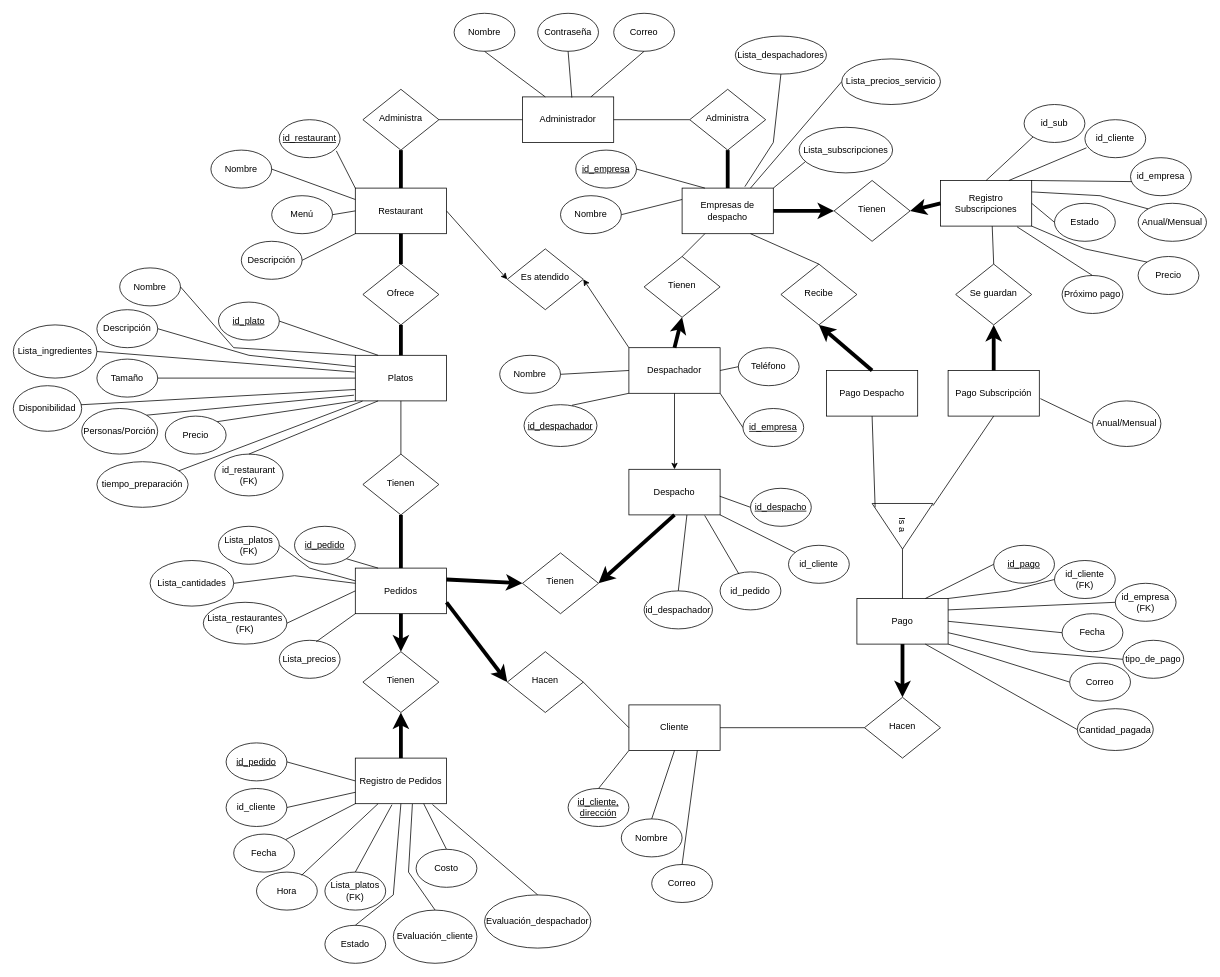
This is Diagrama E/R BDD.drawio from jialonsoc/Proograma1, a draw.io file, before an edit. Source tidied: cells renumbered, new cells numbered last; positions are measured from the earlier drawing's top-left corner, leaving out a move shared by most shapes. Both pictures are drawn from the tidied source at 76%, with x=0, y=0 at pixel (13, 13).
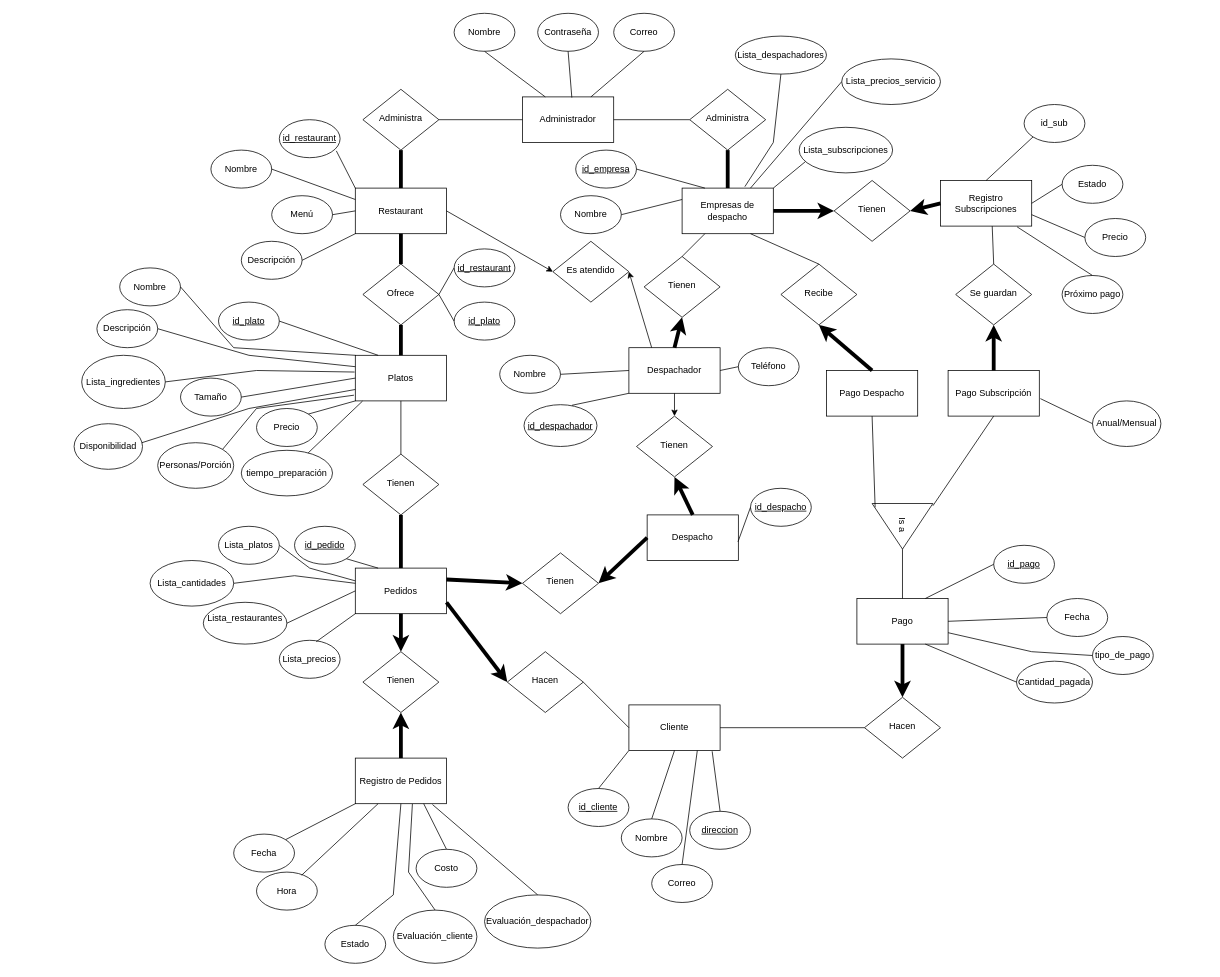
After the change.

The change refers to these unchanged cells:
```xml
<mxCell id="3" value="Ofrece" style="rhombus;whiteSpace=wrap;html=1;shadow=0;fontFamily=Helvetica;fontSize=12;align=center;strokeWidth=1;spacing=6;spacingTop=-4;" parent="1" vertex="1">
  <mxGeometry x="460" y="330" width="100" height="80" as="geometry" />
</mxCell>
<mxCell id="11" value="Platos" style="rounded=0;whiteSpace=wrap;html=1;" parent="1" vertex="1">
  <mxGeometry x="450" y="450" width="120" height="60" as="geometry" />
</mxCell>
<mxCell id="14" value="Registro de Pedidos" style="rounded=0;whiteSpace=wrap;html=1;" parent="1" vertex="1">
  <mxGeometry x="450" y="980" width="120" height="60" as="geometry" />
</mxCell>
<mxCell id="15" value="Despachador" style="rounded=0;whiteSpace=wrap;html=1;" parent="1" vertex="1">
  <mxGeometry x="810" y="440" width="120" height="60" as="geometry" />
</mxCell>
<mxCell id="16" value="Cliente" style="rounded=0;whiteSpace=wrap;html=1;" parent="1" vertex="1">
  <mxGeometry x="810" y="910" width="120" height="60" as="geometry" />
</mxCell>
<mxCell id="19" value="Tienen" style="rhombus;whiteSpace=wrap;html=1;shadow=0;fontFamily=Helvetica;fontSize=12;align=center;strokeWidth=1;spacing=6;spacingTop=-4;" parent="1" vertex="1">
  <mxGeometry x="670" y="710" width="100" height="80" as="geometry" />
</mxCell>
<mxCell id="23" value="Pago" style="rounded=0;whiteSpace=wrap;html=1;" parent="1" vertex="1">
  <mxGeometry x="1110" y="770" width="120" height="60" as="geometry" />
</mxCell>
<mxCell id="27" value="Registro Subscripciones" style="rounded=0;whiteSpace=wrap;html=1;" parent="1" vertex="1">
  <mxGeometry x="1220" y="220" width="120" height="60" as="geometry" />
</mxCell>
<mxCell id="69" value="Correo" style="ellipse;whiteSpace=wrap;html=1;" parent="1" vertex="1">
  <mxGeometry x="840" y="1120" width="80" height="50" as="geometry" />
</mxCell>
```

Change to the diagram source:
```diff
@@
     <mxCell id="18" value="Despacho" style="rounded=0;whiteSpace=wrap;html=1;" parent="1" vertex="1">
-      <mxGeometry x="810" y="600" width="120" height="60" as="geometry" />
+      <mxGeometry x="834" y="660" width="120" height="60" as="geometry" />
     </mxCell>
@@
-    <mxCell id="42" style="endArrow=classic;html=1;rounded=0;exitX=0.5;exitY=1;exitDx=0;exitDy=0;entryX=1;entryY=0.5;entryDx=0;entryDy=0;strokeWidth=5;" parent="1" edge="1" source="18" target="19">
+    <mxCell id="42" style="endArrow=classic;html=1;rounded=0;exitX=0;exitY=0.5;exitDx=0;exitDy=0;entryX=1;entryY=0.5;entryDx=0;entryDy=0;strokeWidth=5;" parent="1" edge="1" source="18" target="19">
       <mxGeometry relative="1" as="geometry" />
     </mxCell>
@@
     <mxCell id="44" value="Es atendido" style="rhombus;whiteSpace=wrap;html=1;shadow=0;fontFamily=Helvetica;fontSize=12;align=center;strokeWidth=1;spacing=6;spacingTop=-4;" parent="1" vertex="1">
-      <mxGeometry x="650" y="310" width="100" height="80" as="geometry" />
+      <mxGeometry x="710" y="300" width="100" height="80" as="geometry" />
     </mxCell>
@@
-    <mxCell id="58" style="endArrow=classic;html=1;rounded=0;entryX=0.5;entryY=0;entryDx=0;entryDy=0;exitX=0.5;exitY=1;exitDx=0;exitDy=0;" parent="1" edge="1" source="15" target="18">
+    <mxCell id="58" style="endArrow=classic;html=1;rounded=0;exitX=0.5;exitY=1;exitDx=0;exitDy=0;entryX=0.5;entryY=0;entryDx=0;entryDy=0;" parent="1" edge="1" source="15" target="183">
       <mxGeometry relative="1" as="geometry" />
     </mxCell>
-    <mxCell id="59" style="endArrow=classic;html=1;rounded=0;entryX=1;entryY=0.5;entryDx=0;entryDy=0;exitX=0;exitY=0;exitDx=0;exitDy=0;" parent="1" edge="1" source="15" target="44">
+    <mxCell id="59" style="endArrow=classic;html=1;rounded=0;entryX=1;entryY=0.5;entryDx=0;entryDy=0;exitX=0.25;exitY=0;exitDx=0;exitDy=0;" parent="1" edge="1" source="15" target="44">
       <mxGeometry relative="1" as="geometry" />
     </mxCell>
@@
-    <mxCell id="67" value="&lt;u&gt;id_cliente, dirección&lt;/u&gt;" style="ellipse;whiteSpace=wrap;html=1;" parent="1" vertex="1">
+    <mxCell id="67" value="&lt;u&gt;id_cliente&lt;/u&gt;" style="ellipse;whiteSpace=wrap;html=1;" parent="1" vertex="1">
       <mxGeometry x="730" y="1020" width="80" height="50" as="geometry" />
     </mxCell>
@@
     <mxCell id="76" value="Tamaño" style="ellipse;whiteSpace=wrap;html=1;" parent="1" vertex="1">
-      <mxGeometry x="110" y="455" width="80" height="50" as="geometry" />
+      <mxGeometry x="220" y="480" width="80" height="50" as="geometry" />
     </mxCell>
     <mxCell id="77" value="Disponibilidad" style="ellipse;whiteSpace=wrap;html=1;" parent="1" vertex="1">
-      <mxGeometry y="490" width="90" height="60" as="geometry" />
+      <mxGeometry x="80" y="540" width="90" height="60" as="geometry" />
     </mxCell>
     <mxCell id="78" value="Personas/Porción" style="ellipse;whiteSpace=wrap;html=1;" parent="1" vertex="1">
-      <mxGeometry x="90" y="520" width="100" height="60" as="geometry" />
+      <mxGeometry x="190" y="565" width="100" height="60" as="geometry" />
     </mxCell>
     <mxCell id="79" value="Lista_ingredientes" style="ellipse;whiteSpace=wrap;html=1;" parent="1" vertex="1">
-      <mxGeometry y="410" width="110" height="70" as="geometry" />
+      <mxGeometry x="90" y="450" width="110" height="70" as="geometry" />
     </mxCell>
     <mxCell id="80" value="Precio" style="ellipse;whiteSpace=wrap;html=1;" parent="1" vertex="1">
-      <mxGeometry x="200" y="530" width="80" height="50" as="geometry" />
+      <mxGeometry x="320" y="520" width="80" height="50" as="geometry" />
     </mxCell>
@@
     <mxCell id="85" style="endArrow=none;html=1;rounded=0;exitX=1;exitY=0.5;exitDx=0;exitDy=0;entryX=-0.008;entryY=0.367;entryDx=0;entryDy=0;entryPerimeter=0;" parent="1" edge="1" source="79" target="11">
-      <mxGeometry relative="1" as="geometry" />
+      <mxGeometry relative="1" as="geometry">
+        <Array as="points">
+          <mxPoint x="320" y="470" />
+        </Array>
+      </mxGeometry>
     </mxCell>
@@
     <mxCell id="87" style="endArrow=none;html=1;rounded=0;entryX=0;entryY=0.75;entryDx=0;entryDy=0;exitX=0.989;exitY=0.418;exitDx=0;exitDy=0;exitPerimeter=0;" parent="1" edge="1" source="77" target="11">
-      <mxGeometry relative="1" as="geometry" />
+      <mxGeometry relative="1" as="geometry">
+        <Array as="points">
+          <mxPoint x="310" y="520" />
+        </Array>
+      </mxGeometry>
     </mxCell>
     <mxCell id="88" style="endArrow=none;html=1;rounded=0;entryX=-0.015;entryY=0.875;entryDx=0;entryDy=0;entryPerimeter=0;exitX=1;exitY=0;exitDx=0;exitDy=0;" parent="1" edge="1" source="78" target="11">
-      <mxGeometry relative="1" as="geometry" />
+      <mxGeometry relative="1" as="geometry">
+        <Array as="points">
+          <mxPoint x="320" y="520" />
+        </Array>
+      </mxGeometry>
     </mxCell>
     <mxCell id="89" value="tiempo_preparación" style="ellipse;whiteSpace=wrap;html=1;" parent="1" vertex="1">
-      <mxGeometry x="110" y="590" width="120" height="60" as="geometry" />
+      <mxGeometry x="300" y="575" width="120" height="60" as="geometry" />
     </mxCell>
@@
-    <mxCell id="91" value="id_restaurant&lt;br&gt;(FK)" style="ellipse;whiteSpace=wrap;html=1;" parent="1" vertex="1">
-      <mxGeometry x="265" y="580" width="90" height="55" as="geometry" />
-    </mxCell>
-    <mxCell id="92" style="endArrow=none;html=1;rounded=0;exitX=0.5;exitY=0;exitDx=0;exitDy=0;entryX=0.25;entryY=1;entryDx=0;entryDy=0;" parent="1" edge="1" source="91" target="11">
-      <mxGeometry relative="1" as="geometry" />
-    </mxCell>
@@
-    <mxCell id="94" value="Lista_platos&lt;br&gt;(FK)" style="ellipse;whiteSpace=wrap;html=1;" parent="1" vertex="1">
+    <mxCell id="94" value="Lista_platos" style="ellipse;whiteSpace=wrap;html=1;" parent="1" vertex="1">
       <mxGeometry x="270" y="675" width="80" height="50" as="geometry" />
     </mxCell>
-    <mxCell id="95" value="Lista_restaurantes&lt;br&gt;(FK)" style="ellipse;whiteSpace=wrap;html=1;" parent="1" vertex="1">
+    <mxCell id="95" value="Lista_restaurantes&lt;div&gt;&lt;br/&gt;&lt;/div&gt;" style="ellipse;whiteSpace=wrap;html=1;" parent="1" vertex="1">
       <mxGeometry x="250" y="775" width="110" height="55" as="geometry" />
     </mxCell>
@@
-    <mxCell id="97" value="&lt;u&gt;id_pedido&lt;/u&gt;" style="ellipse;whiteSpace=wrap;html=1;" parent="1" vertex="1">
-      <mxGeometry x="280" y="960" width="80" height="50" as="geometry" />
-    </mxCell>
@@
-    <mxCell id="104" style="endArrow=none;html=1;rounded=0;entryX=1;entryY=0.5;entryDx=0;entryDy=0;exitX=0;exitY=0.5;exitDx=0;exitDy=0;" parent="1" edge="1" source="14" target="97">
-      <mxGeometry relative="1" as="geometry" />
-    </mxCell>
-    <mxCell id="105" value="id_cliente" style="ellipse;whiteSpace=wrap;html=1;" parent="1" vertex="1">
-      <mxGeometry x="280" y="1020" width="80" height="50" as="geometry" />
-    </mxCell>
-    <mxCell id="106" style="endArrow=none;html=1;rounded=0;entryX=0;entryY=0.75;entryDx=0;entryDy=0;exitX=1;exitY=0.5;exitDx=0;exitDy=0;" parent="1" edge="1" source="105" target="14">
-      <mxGeometry relative="1" as="geometry" />
-    </mxCell>
@@
-    <mxCell id="111" value="Lista_platos&lt;br&gt;(FK)" style="ellipse;whiteSpace=wrap;html=1;" parent="1" vertex="1">
-      <mxGeometry x="410" y="1130" width="80" height="50" as="geometry" />
-    </mxCell>
-    <mxCell id="112" style="endArrow=none;html=1;rounded=0;entryX=0.402;entryY=1.022;entryDx=0;entryDy=0;entryPerimeter=0;exitX=0.5;exitY=0;exitDx=0;exitDy=0;" parent="1" edge="1" source="111" target="14">
-      <mxGeometry relative="1" as="geometry" />
-    </mxCell>
@@
-    <mxCell id="123" value="id_cliente&lt;br&gt;(FK)" style="ellipse;whiteSpace=wrap;html=1;" parent="1" vertex="1">
-      <mxGeometry x="1370" y="720" width="80" height="50" as="geometry" />
-    </mxCell>
-    <mxCell id="124" style="endArrow=none;html=1;rounded=0;entryX=0;entryY=0.5;entryDx=0;entryDy=0;exitX=1;exitY=0;exitDx=0;exitDy=0;" parent="1" edge="1" source="23" target="123">
-      <mxGeometry relative="1" as="geometry">
-        <Array as="points">
-          <mxPoint x="1310" y="760" />
-        </Array>
-      </mxGeometry>
-    </mxCell>
-    <mxCell id="125" value="id_empresa&lt;br&gt;(FK)" style="ellipse;whiteSpace=wrap;html=1;" parent="1" vertex="1">
-      <mxGeometry x="1450" y="750" width="80" height="50" as="geometry" />
-    </mxCell>
-    <mxCell id="126" style="endArrow=none;html=1;rounded=0;entryX=0;entryY=0.5;entryDx=0;entryDy=0;exitX=1;exitY=0.25;exitDx=0;exitDy=0;" parent="1" edge="1" source="23" target="125">
-      <mxGeometry relative="1" as="geometry" />
-    </mxCell>
     <mxCell id="127" value="Fecha" style="ellipse;whiteSpace=wrap;html=1;" parent="1" vertex="1">
-      <mxGeometry x="1380" y="790" width="80" height="50" as="geometry" />
+      <mxGeometry x="1360" y="770" width="80" height="50" as="geometry" />
     </mxCell>
@@
     <mxCell id="129" value="tipo_de_pago" style="ellipse;whiteSpace=wrap;html=1;" parent="1" vertex="1">
-      <mxGeometry x="1460" y="825" width="80" height="50" as="geometry" />
+      <mxGeometry x="1420" y="820" width="80" height="50" as="geometry" />
     </mxCell>
@@
-    <mxCell id="131" value="Correo" style="ellipse;whiteSpace=wrap;html=1;" parent="1" vertex="1">
-      <mxGeometry x="1390" y="855" width="80" height="50" as="geometry" />
-    </mxCell>
-    <mxCell id="132" style="endArrow=none;html=1;rounded=0;entryX=0;entryY=0.5;entryDx=0;entryDy=0;exitX=1;exitY=1;exitDx=0;exitDy=0;" parent="1" edge="1" source="23" target="131">
-      <mxGeometry relative="1" as="geometry" />
-    </mxCell>
     <mxCell id="133" value="Cantidad_pagada" style="ellipse;whiteSpace=wrap;html=1;" parent="1" vertex="1">
-      <mxGeometry x="1400" y="915" width="100" height="55" as="geometry" />
+      <mxGeometry x="1320" y="852.5" width="100" height="55" as="geometry" />
     </mxCell>
@@
-    <mxCell id="139" value="id_cliente" style="ellipse;whiteSpace=wrap;html=1;" parent="1" vertex="1">
-      <mxGeometry x="1410" y="140" width="80" height="50" as="geometry" />
-    </mxCell>
-    <mxCell id="140" value="id_empresa" style="ellipse;whiteSpace=wrap;html=1;" parent="1" vertex="1">
-      <mxGeometry x="1470" y="190" width="80" height="50" as="geometry" />
-    </mxCell>
@@
-    <mxCell id="147" value="Anual/Mensual" style="ellipse;whiteSpace=wrap;html=1;" parent="1" vertex="1">
-      <mxGeometry x="1480" y="250" width="90" height="50" as="geometry" />
-    </mxCell>
     <mxCell id="148" value="Estado" style="ellipse;whiteSpace=wrap;html=1;" parent="1" vertex="1">
-      <mxGeometry x="1370" y="250" width="80" height="50" as="geometry" />
+      <mxGeometry x="1380" y="200" width="80" height="50" as="geometry" />
     </mxCell>
-    <mxCell id="149" style="endArrow=none;html=1;rounded=0;entryX=0.026;entryY=0.74;entryDx=0;entryDy=0;entryPerimeter=0;exitX=0.75;exitY=0;exitDx=0;exitDy=0;" parent="1" edge="1" source="27" target="139">
-      <mxGeometry relative="1" as="geometry" />
-    </mxCell>
-    <mxCell id="150" style="endArrow=none;html=1;rounded=0;entryX=0.02;entryY=0.629;entryDx=0;entryDy=0;entryPerimeter=0;exitX=1;exitY=0;exitDx=0;exitDy=0;" parent="1" edge="1" source="27" target="140">
-      <mxGeometry relative="1" as="geometry" />
-    </mxCell>
     <mxCell id="151" value="Precio" style="ellipse;whiteSpace=wrap;html=1;" parent="1" vertex="1">
-      <mxGeometry x="1480" y="320" width="80" height="50" as="geometry" />
+      <mxGeometry x="1410" y="270" width="80" height="50" as="geometry" />
     </mxCell>
@@
-    <mxCell id="154" style="endArrow=none;html=1;rounded=0;entryX=0;entryY=0;entryDx=0;entryDy=0;exitX=1;exitY=0.25;exitDx=0;exitDy=0;" parent="1" edge="1" source="27" target="147">
-      <mxGeometry relative="1" as="geometry">
-        <Array as="points">
-          <mxPoint x="1430" y="240" />
-        </Array>
-      </mxGeometry>
-    </mxCell>
-    <mxCell id="155" style="endArrow=none;html=1;rounded=0;entryX=1;entryY=1;entryDx=0;entryDy=0;exitX=0;exitY=0;exitDx=0;exitDy=0;" parent="1" edge="1" source="151" target="27">
-      <mxGeometry relative="1" as="geometry">
-        <Array as="points">
-          <mxPoint x="1410" y="310" />
-        </Array>
-      </mxGeometry>
-    </mxCell>
@@
-    <mxCell id="169" value="&lt;u&gt;id_empresa&lt;/u&gt;" style="ellipse;whiteSpace=wrap;html=1;" parent="1" vertex="1">
-      <mxGeometry x="960" y="520" width="80" height="50" as="geometry" />
-    </mxCell>
@@
-    <mxCell id="171" value="id_despachador" style="ellipse;whiteSpace=wrap;html=1;" parent="1" vertex="1">
-      <mxGeometry x="830" y="760" width="90" height="50" as="geometry" />
-    </mxCell>
-    <mxCell id="172" value="id_pedido" style="ellipse;whiteSpace=wrap;html=1;" parent="1" vertex="1">
-      <mxGeometry x="930" y="735" width="80" height="50" as="geometry" />
-    </mxCell>
-    <mxCell id="173" value="id_cliente" style="ellipse;whiteSpace=wrap;html=1;" parent="1" vertex="1">
-      <mxGeometry x="1020" y="700" width="80" height="50" as="geometry" />
-    </mxCell>
@@
-    <mxCell id="178" style="endArrow=none;html=1;rounded=0;entryX=0;entryY=0.5;entryDx=0;entryDy=0;exitX=1;exitY=1;exitDx=0;exitDy=0;" parent="1" edge="1" source="15" target="169">
-      <mxGeometry relative="1" as="geometry" />
-    </mxCell>
-    <mxCell id="179" style="endArrow=none;html=1;rounded=0;entryX=0.636;entryY=1.002;entryDx=0;entryDy=0;entryPerimeter=0;exitX=0.5;exitY=0;exitDx=0;exitDy=0;" parent="1" edge="1" source="171" target="18">
-      <mxGeometry relative="1" as="geometry" />
-    </mxCell>
@@
-    <mxCell id="181" style="endArrow=none;html=1;rounded=0;entryX=0.831;entryY=1.012;entryDx=0;entryDy=0;entryPerimeter=0;exitX=0.31;exitY=0.058;exitDx=0;exitDy=0;exitPerimeter=0;" parent="1" edge="1" source="172" target="18">
-      <mxGeometry relative="1" as="geometry" />
-    </mxCell>
-    <mxCell id="182" style="endArrow=none;html=1;rounded=0;entryX=1;entryY=1;entryDx=0;entryDy=0;" parent="1" edge="1" source="173" target="18">
-      <mxGeometry relative="1" as="geometry" />
-    </mxCell>
+    <mxCell id="183" value="Tienen" style="rhombus;whiteSpace=wrap;html=1;shadow=0;fontFamily=Helvetica;fontSize=12;align=center;strokeWidth=1;spacing=6;spacingTop=-4;" parent="1" vertex="1">
+      <mxGeometry x="820" y="530" width="100" height="80" as="geometry" />
+    </mxCell>
+    <mxCell id="184" style="endArrow=classic;html=1;rounded=0;exitX=0.5;exitY=0;exitDx=0;exitDy=0;entryX=0.5;entryY=1;entryDx=0;entryDy=0;strokeWidth=5;" parent="1" edge="1" source="18" target="183">
+      <mxGeometry relative="1" as="geometry" />
+    </mxCell>
+    <mxCell id="185" style="edgeStyle=orthogonalEdgeStyle;rounded=0;orthogonalLoop=1;jettySize=auto;html=1;exitX=0.5;exitY=1;exitDx=0;exitDy=0;" parent="1" edge="1" source="69" target="69">
+      <mxGeometry relative="1" as="geometry" />
+    </mxCell>
+    <mxCell id="186" value="&lt;u&gt;direccion&lt;/u&gt;" style="ellipse;whiteSpace=wrap;html=1;" parent="1" vertex="1">
+      <mxGeometry x="890" y="1050" width="80" height="50" as="geometry" />
+    </mxCell>
+    <mxCell id="187" style="endArrow=none;html=1;rounded=0;entryX=0.913;entryY=1.017;entryDx=0;entryDy=0;entryPerimeter=0;exitX=0.5;exitY=0;exitDx=0;exitDy=0;" parent="1" edge="1" source="186" target="16">
+      <mxGeometry relative="1" as="geometry" />
+    </mxCell>
+    <mxCell id="188" style="endArrow=none;html=1;rounded=0;entryX=0;entryY=0.5;entryDx=0;entryDy=0;exitX=1;exitY=0.75;exitDx=0;exitDy=0;" parent="1" edge="1" source="27" target="151">
+      <mxGeometry relative="1" as="geometry" />
+    </mxCell>
+    <mxCell id="189" value="&lt;u&gt;id_restaurant&lt;/u&gt;" style="ellipse;whiteSpace=wrap;html=1;" parent="1" vertex="1">
+      <mxGeometry x="580" y="310" width="80" height="50" as="geometry" />
+    </mxCell>
+    <mxCell id="190" value="&lt;u&gt;id_plato&lt;/u&gt;" style="ellipse;whiteSpace=wrap;html=1;" parent="1" vertex="1">
+      <mxGeometry x="580" y="380" width="80" height="50" as="geometry" />
+    </mxCell>
+    <mxCell id="191" style="endArrow=none;html=1;rounded=0;entryX=0;entryY=0.5;entryDx=0;entryDy=0;exitX=1;exitY=0.5;exitDx=0;exitDy=0;" parent="1" edge="1" source="3" target="189">
+      <mxGeometry relative="1" as="geometry" />
+    </mxCell>
+    <mxCell id="192" style="endArrow=none;html=1;rounded=0;entryX=0;entryY=0.5;entryDx=0;entryDy=0;exitX=1;exitY=0.5;exitDx=0;exitDy=0;" parent="1" edge="1" source="3" target="190">
+      <mxGeometry relative="1" as="geometry" />
+    </mxCell>
```
